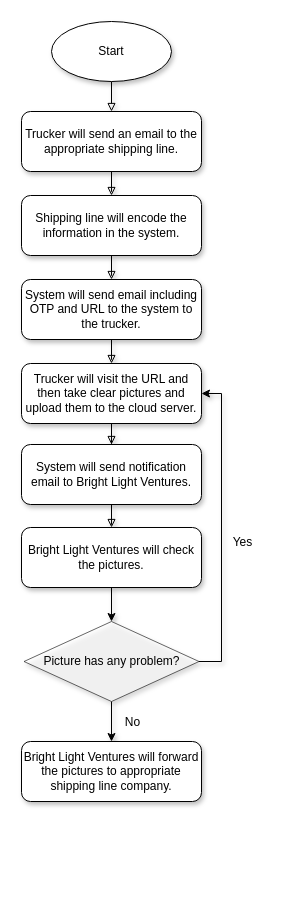
dev20220810/bright-light-ventures-ph-documentation keeps this draw.io diagram as Untitled Diagram.drawio. Above is the earlier version. Source tidied: cells renumbered, new cells numbered last; positions are measured from the earlier drawing's top-left corner, leaving out a move shared by most shapes. Both pictures are drawn from the tidied source at 100%, with x=0, y=0 at pixel (21, 21).
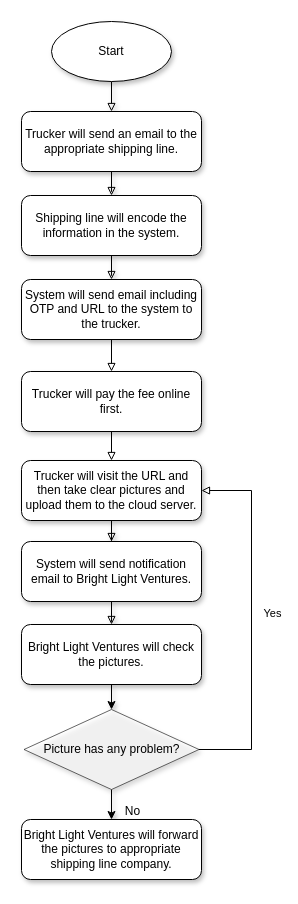
The same diagram, later.

Unchanged cells that the change refers to:
```xml
<mxCell id="9" value="System will send email including OTP and URL to the system to the trucker." style="whiteSpace=wrap;html=1;shadow=1;rounded=1;" parent="1" vertex="1">
  <mxGeometry y="258" width="180" height="60" as="geometry" />
</mxCell>
```

The edit, as a diff of the source:
```diff
@@
-    <mxCell id="8" style="edgeStyle=orthogonalEdgeStyle;rounded=0;jettySize=auto;html=1;entryX=0.5;entryY=0;entryDx=0;entryDy=0;endArrow=block;endFill=0;shadow=1;" parent="1" edge="1" source="9" target="11">
-      <mxGeometry relative="1" as="geometry" />
-    </mxCell>
+    <mxCell id="22" style="edgeStyle=orthogonalEdgeStyle;rounded=0;jettySize=auto;html=1;entryX=0.5;entryY=0;entryDx=0;entryDy=0;endArrow=block;endFill=0;" parent="1" edge="1" source="9" target="24">
+      <mxGeometry relative="1" as="geometry" />
+    </mxCell>
@@
     <mxCell id="11" value="Trucker will visit the URL and then take clear pictures and upload them to the cloud server." style="whiteSpace=wrap;html=1;shadow=1;rounded=1;" parent="1" vertex="1">
-      <mxGeometry y="342" width="180" height="60" as="geometry" />
+      <mxGeometry y="439" width="180" height="60" as="geometry" />
     </mxCell>
@@
     <mxCell id="13" value="System will send notification email to Bright Light Ventures." style="whiteSpace=wrap;html=1;shadow=1;rounded=1;" parent="1" vertex="1">
-      <mxGeometry y="423" width="180" height="60" as="geometry" />
+      <mxGeometry y="520" width="180" height="60" as="geometry" />
     </mxCell>
@@
     <mxCell id="15" value="Bright Light Ventures will check the pictures." style="whiteSpace=wrap;html=1;shadow=1;rounded=1;" parent="1" vertex="1">
-      <mxGeometry y="506" width="180" height="60" as="geometry" />
+      <mxGeometry y="603" width="180" height="60" as="geometry" />
     </mxCell>
@@
-    <mxCell id="18" style="edgeStyle=orthogonalEdgeStyle;rounded=0;jettySize=auto;html=1;entryX=1;entryY=0.5;entryDx=0;entryDy=0;shadow=1;fontSize=12;startArrow=none;startFill=0;" parent="1" edge="1" source="20" target="11">
+    <mxCell id="18" style="edgeStyle=orthogonalEdgeStyle;rounded=0;jettySize=auto;html=1;entryX=1;entryY=0.5;entryDx=0;entryDy=0;endArrow=block;endFill=0;" parent="1" edge="1" source="20" target="11">
       <mxGeometry relative="1" as="geometry">
         <Array as="points">
-          <mxPoint x="200" y="640" />
-          <mxPoint x="200" y="372" />
+          <mxPoint x="230" y="728" />
+          <mxPoint x="230" y="469" />
         </Array>
       </mxGeometry>
     </mxCell>
-    <mxCell id="19" value="Yes" style="edgeLabel;html=1;align=center;verticalAlign=middle;fontSize=12;" parent="18" vertex="1">
-      <mxGeometry x="-0.1" y="2" relative="1" as="geometry">
-        <mxPoint x="22" y="-2" as="offset" />
+    <mxCell id="19" value="Yes" style="edgeLabel;html=1;align=center;verticalAlign=middle;" parent="18" vertex="1">
+      <mxGeometry x="-0.18" relative="1" as="geometry">
+        <mxPoint x="20" y="-41" as="offset" />
       </mxGeometry>
     </mxCell>
     <mxCell id="20" value="Picture has any problem?" style="rhombus;whiteSpace=wrap;html=1;shadow=1;glass=1;fillStyle=auto;fontSize=12;opacity=60;rounded=0;" parent="1" vertex="1">
-      <mxGeometry x="2.5" y="600" width="175" height="80" as="geometry" />
+      <mxGeometry x="2.5" y="688" width="175" height="80" as="geometry" />
     </mxCell>
     <mxCell id="21" value="Bright Light Ventures will forward the pictures to appropriate shipping line company." style="whiteSpace=wrap;html=1;shadow=1;rounded=1;" parent="1" vertex="1">
-      <mxGeometry y="720" width="180" height="60" as="geometry" />
+      <mxGeometry y="798" width="180" height="60" as="geometry" />
     </mxCell>
+    <mxCell id="23" style="edgeStyle=orthogonalEdgeStyle;rounded=0;jettySize=auto;html=1;entryX=0.5;entryY=0;entryDx=0;entryDy=0;endArrow=block;endFill=0;" parent="1" edge="1" source="24" target="11">
+      <mxGeometry relative="1" as="geometry" />
+    </mxCell>
+    <mxCell id="24" value="Trucker will pay the fee online first." style="whiteSpace=wrap;html=1;shadow=1;rounded=1;" parent="1" vertex="1">
+      <mxGeometry y="350" width="180" height="60" as="geometry" />
+    </mxCell>
```
